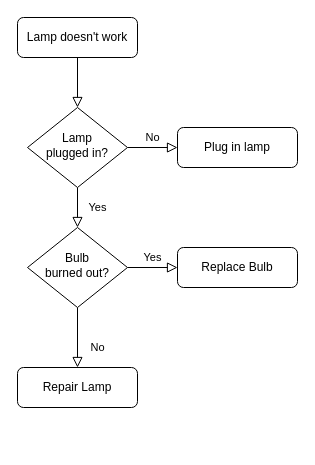
This is 模块权限处理逻辑图.drawio from goylsf/image, a draw.io file, before an edit. Source tidied: cells renumbered, new cells numbered last; positions are measured from the earlier drawing's top-left corner, leaving out a move shared by most shapes. Both pictures are drawn from the tidied source at 100%, with x=0, y=0 at pixel (17, 17).
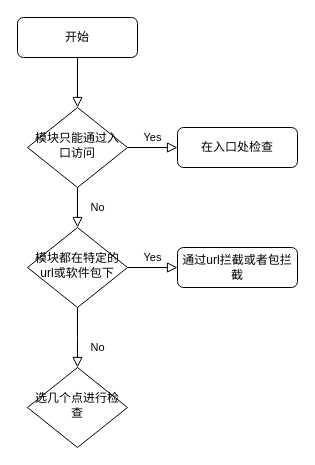
After the change.

Commit message:
更新模块权限处理逻辑图.drawio

Diff of the diagram source:
```diff
@@
 <mxGraphModel>
   <root>
     <mxCell id="0" />
     <mxCell id="1" parent="0" />
     <mxCell id="2" style="rounded=0;html=1;jettySize=auto;fontSize=11;endArrow=block;endFill=0;endSize=8;strokeWidth=1;shadow=0;labelBackgroundColor=none;edgeStyle=orthogonalEdgeStyle;" parent="1" edge="1" source="3" target="6">
       <mxGeometry relative="1" as="geometry" />
     </mxCell>
-    <mxCell id="3" value="Lamp doesn't work" style="rounded=1;whiteSpace=wrap;html=1;fontSize=12;glass=0;strokeWidth=1;shadow=0;" parent="1" vertex="1">
+    <mxCell id="3" value="开始" style="rounded=1;whiteSpace=wrap;html=1;fontSize=12;glass=0;strokeWidth=1;shadow=0;" parent="1" vertex="1">
       <mxGeometry width="120" height="40" as="geometry" />
     </mxCell>
-    <mxCell id="4" value="Yes" style="rounded=0;html=1;jettySize=auto;fontSize=11;endArrow=block;endFill=0;endSize=8;strokeWidth=1;shadow=0;labelBackgroundColor=none;edgeStyle=orthogonalEdgeStyle;" parent="1" edge="1" source="6" target="10">
+    <mxCell id="4" value="No" style="rounded=0;html=1;jettySize=auto;fontSize=11;endArrow=block;endFill=0;endSize=8;strokeWidth=1;shadow=0;labelBackgroundColor=none;edgeStyle=orthogonalEdgeStyle;" parent="1" edge="1" source="6" target="10">
       <mxGeometry y="20" relative="1" as="geometry" />
     </mxCell>
-    <mxCell id="5" value="No" style="edgeStyle=orthogonalEdgeStyle;rounded=0;html=1;jettySize=auto;fontSize=11;endArrow=block;endFill=0;endSize=8;strokeWidth=1;shadow=0;labelBackgroundColor=none;" parent="1" edge="1" source="6" target="7">
-      <mxGeometry y="10" relative="1" as="geometry" />
+    <mxCell id="5" value="Yes" style="edgeStyle=orthogonalEdgeStyle;rounded=0;html=1;jettySize=auto;fontSize=11;endArrow=block;endFill=0;endSize=8;strokeWidth=1;shadow=0;labelBackgroundColor=none;" parent="1" edge="1" source="6" target="7">
+      <mxGeometry x="-0.01" y="10" relative="1" as="geometry" />
     </mxCell>
-    <mxCell id="6" value="Lamp&lt;br&gt;plugged in?" style="rhombus;whiteSpace=wrap;html=1;shadow=0;fontFamily=Helvetica;fontSize=12;align=center;strokeWidth=1;spacing=6;spacingTop=-4;" parent="1" vertex="1">
+    <mxCell id="6" value="模块只能通过入口访问" style="rhombus;whiteSpace=wrap;html=1;shadow=0;fontFamily=Helvetica;fontSize=12;align=center;strokeWidth=1;spacing=6;spacingTop=-4;" parent="1" vertex="1">
       <mxGeometry x="10" y="90" width="100" height="80" as="geometry" />
     </mxCell>
-    <mxCell id="7" value="Plug in lamp" style="rounded=1;whiteSpace=wrap;html=1;fontSize=12;glass=0;strokeWidth=1;shadow=0;" parent="1" vertex="1">
+    <mxCell id="7" value="在入口处检查" style="rounded=1;whiteSpace=wrap;html=1;fontSize=12;glass=0;strokeWidth=1;shadow=0;" parent="1" vertex="1">
       <mxGeometry x="160" y="110" width="120" height="40" as="geometry" />
     </mxCell>
-    <mxCell id="8" value="No" style="rounded=0;html=1;jettySize=auto;fontSize=11;endArrow=block;endFill=0;endSize=8;strokeWidth=1;shadow=0;labelBackgroundColor=none;edgeStyle=orthogonalEdgeStyle;" parent="1" edge="1" source="10" target="11">
-      <mxGeometry x="0.33" y="20" relative="1" as="geometry" />
+    <mxCell id="8" value="No" style="rounded=0;html=1;jettySize=auto;fontSize=11;endArrow=block;endFill=0;endSize=8;strokeWidth=1;shadow=0;labelBackgroundColor=none;edgeStyle=orthogonalEdgeStyle;" parent="1" edge="1" source="10">
+      <mxGeometry x="0.33" y="20" relative="1" as="geometry">
+        <mxPoint x="60" y="350" as="targetPoint" />
+      </mxGeometry>
     </mxCell>
     <mxCell id="9" value="Yes" style="edgeStyle=orthogonalEdgeStyle;rounded=0;html=1;jettySize=auto;fontSize=11;endArrow=block;endFill=0;endSize=8;strokeWidth=1;shadow=0;labelBackgroundColor=none;" parent="1" edge="1" source="10" target="12">
       <mxGeometry y="10" relative="1" as="geometry" />
     </mxCell>
-    <mxCell id="10" value="Bulb&lt;br&gt;burned out?" style="rhombus;whiteSpace=wrap;html=1;shadow=0;fontFamily=Helvetica;fontSize=12;align=center;strokeWidth=1;spacing=6;spacingTop=-4;" parent="1" vertex="1">
+    <mxCell id="10" value="模块都在特定的url或软件包下" style="rhombus;whiteSpace=wrap;html=1;shadow=0;fontFamily=Helvetica;fontSize=12;align=center;strokeWidth=1;spacing=6;spacingTop=-4;" parent="1" vertex="1">
       <mxGeometry x="10" y="210" width="100" height="80" as="geometry" />
     </mxCell>
-    <mxCell id="11" value="Repair Lamp" style="rounded=1;whiteSpace=wrap;html=1;fontSize=12;glass=0;strokeWidth=1;shadow=0;" parent="1" vertex="1">
-      <mxGeometry y="350" width="120" height="40" as="geometry" />
-    </mxCell>
-    <mxCell id="12" value="Replace Bulb" style="rounded=1;whiteSpace=wrap;html=1;fontSize=12;glass=0;strokeWidth=1;shadow=0;" parent="1" vertex="1">
+    <mxCell id="12" value="通过url拦截或者包拦截" style="rounded=1;whiteSpace=wrap;html=1;fontSize=12;glass=0;strokeWidth=1;shadow=0;" parent="1" vertex="1">
       <mxGeometry x="160" y="230" width="120" height="40" as="geometry" />
     </mxCell>
+    <mxCell id="13" value="选几个点进行检查" style="rhombus;whiteSpace=wrap;html=1;shadow=0;fontFamily=Helvetica;fontSize=12;align=center;strokeWidth=1;spacing=6;spacingTop=-4;" parent="1" vertex="1">
+      <mxGeometry x="10" y="350" width="100" height="80" as="geometry" />
+    </mxCell>
   </root>
 </mxGraphModel>
```
